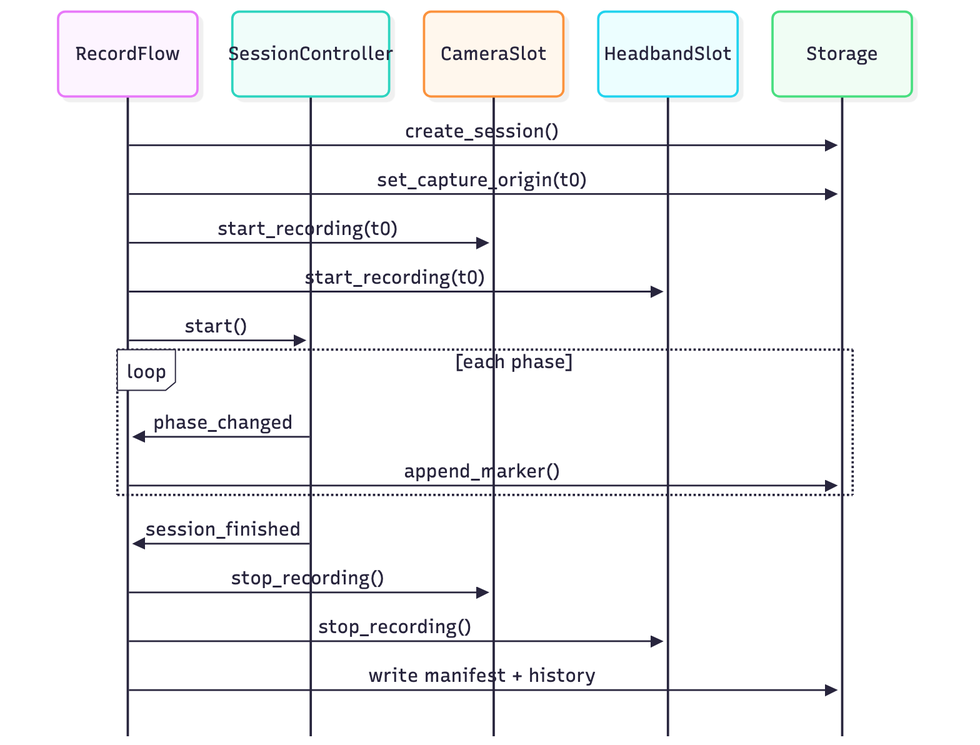
mohammadabdullahkhurram/Brain-Battle-Phase-3 keeps this Mermaid diagram as docs/diagrams/flow-recording.png. Above is the earlier version. Its source is kept beside it as docs/diagrams/flow-recording.mmd. Its diagram source:
```mermaid
%%{init: {'themeVariables': {'fontSize': '16px'}, 'sequence': {'actorMargin': 30, 'width': 120, 'boxMargin': 8, 'mirrorActors': false}}}%%
sequenceDiagram
    participant RF as RecordFlow
    participant SC as SessionController
    participant Cam as CameraSlot
    participant Band as HeadbandSlot
    participant St as Storage
    RF->>St: create_session()
    RF->>St: set_capture_origin(t0)
    RF->>Cam: start_recording(t0)
    RF->>Band: start_recording(t0)
    RF->>SC: start()
    loop each phase
        SC->>RF: phase_changed
        RF->>St: append_marker()
    end
    SC->>RF: session_finished
    RF->>Cam: stop_recording()
    RF->>Band: stop_recording()
    RF->>St: write manifest + history
```
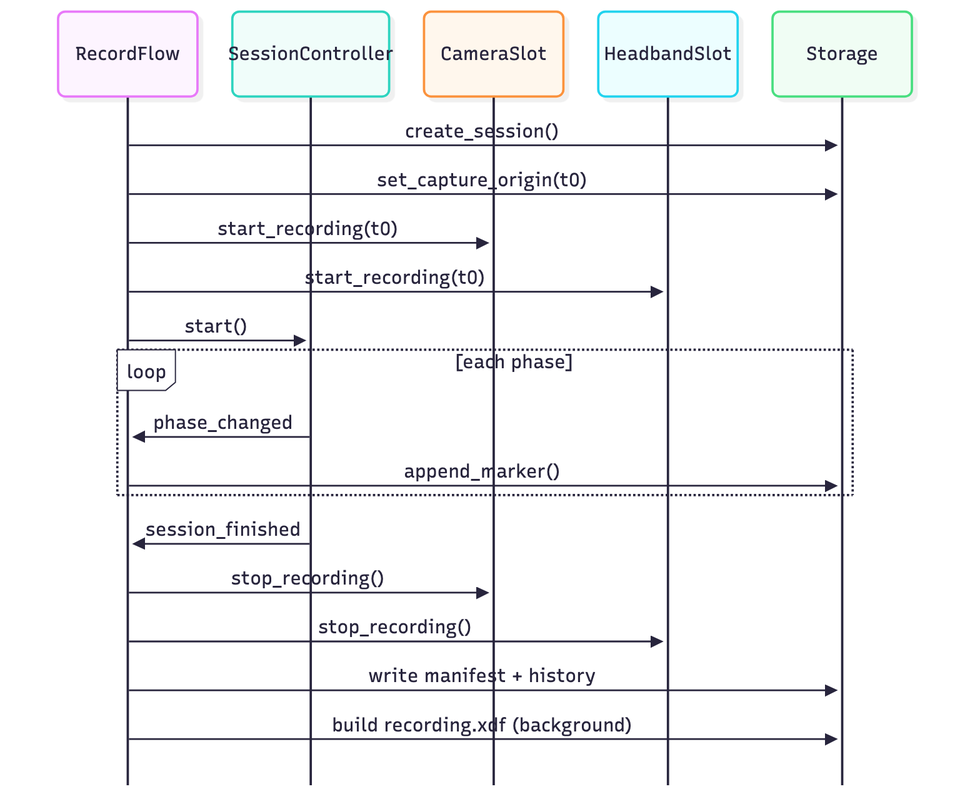
Later version of the same file.

Change to the diagram source:
```diff
@@ -18,3 +18,4 @@
     RF->>Cam: stop_recording()
     RF->>Band: stop_recording()
     RF->>St: write manifest + history
+    RF->>St: build recording.xdf (background)
```
